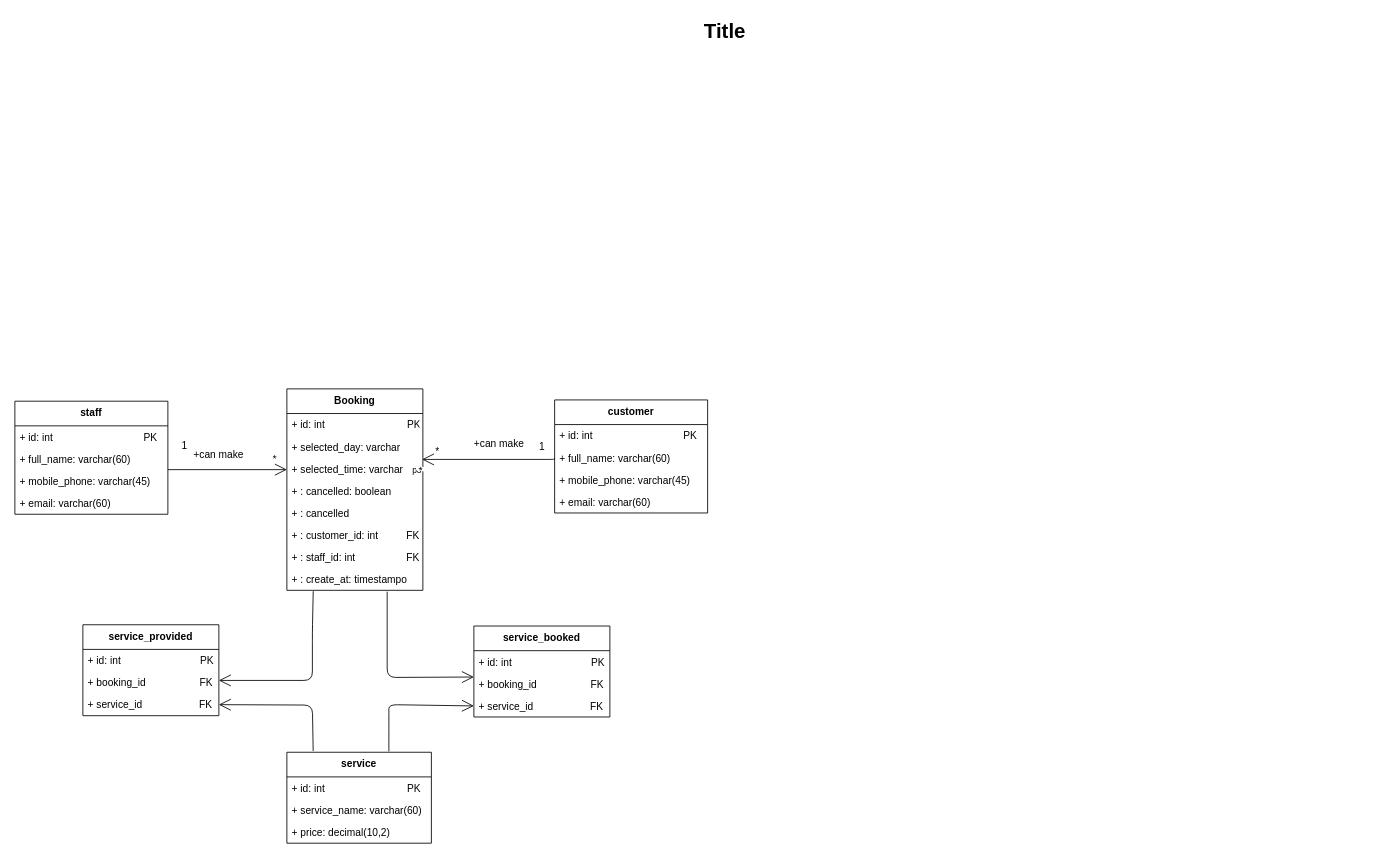
The draw.io diagram diagram booking.drawio in warlinsgit/barbershopuml, before the edit. Source tidied: cells renumbered, new cells numbered last; positions are measured from the earlier drawing's top-left corner, leaving out a move shared by most shapes. Both pictures are drawn from the tidied source at 85%, with x=0, y=0 at pixel (14, 14).
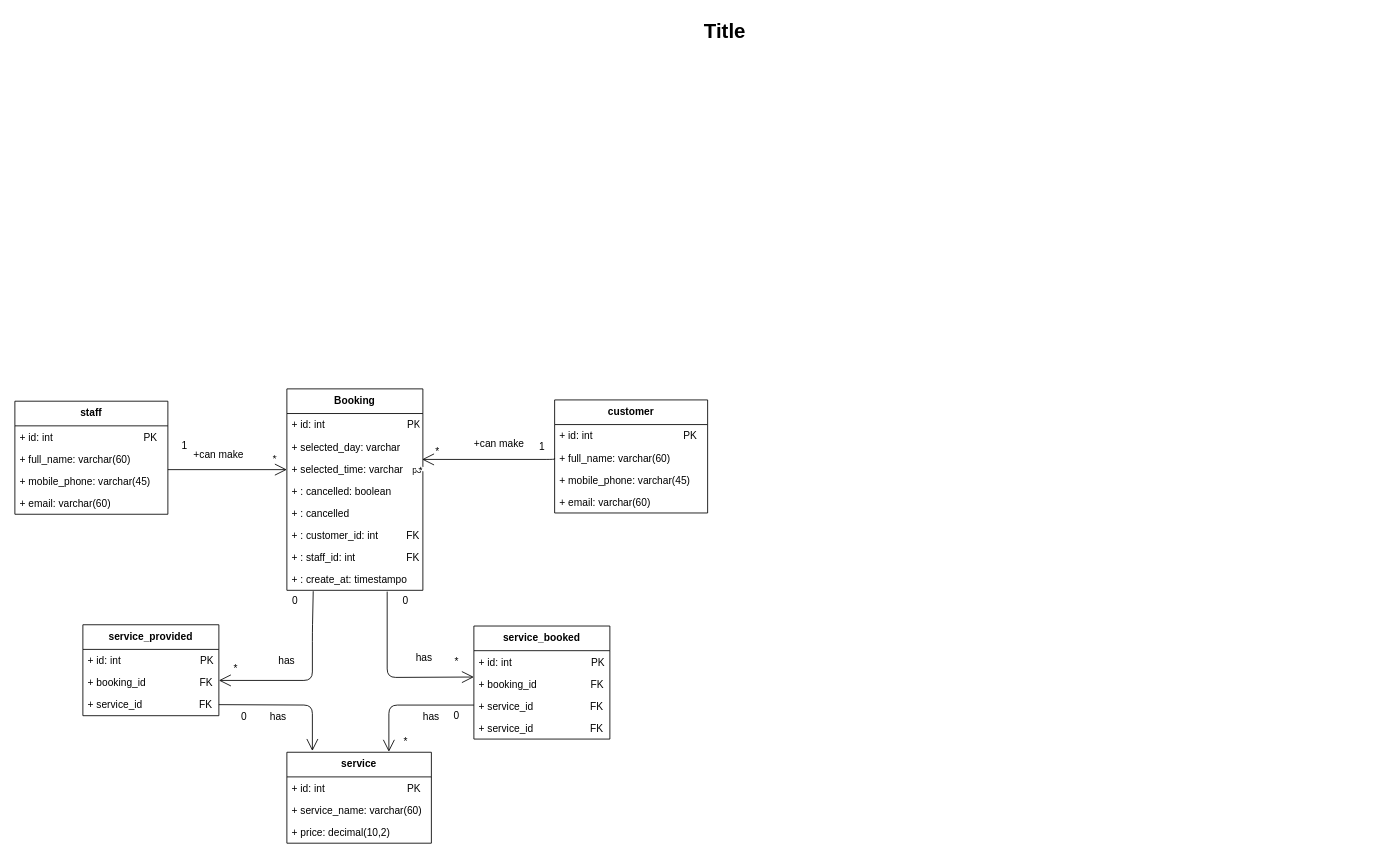
The same page after the edit.

Unchanged cells that the change refers to:
```xml
<mxCell id="16" value="service" style="swimlane;fontStyle=1;align=center;verticalAlign=top;horizontal=1;startSize=29;" parent="1" vertex="1">
  <mxGeometry x="320" y="867.5" width="170" height="107" as="geometry" />
</mxCell>
<mxCell id="23" value="+ service_id                    FK" style="text;strokeColor=none;fillColor=none;align=left;verticalAlign=top;spacingLeft=4;spacingRight=4;overflow=hidden;points=[[0,0.5],[1,0.5]];portConstraint=eastwest;" parent="20" vertex="1">
  <mxGeometry y="81" width="160" height="26" as="geometry" />
</mxCell>
```

Diff of the diagram source:
```diff
@@
     <mxCell id="12" value="service_booked" style="swimlane;fontStyle=1;align=center;verticalAlign=top;horizontal=1;startSize=29;" parent="1" vertex="1">
-      <mxGeometry x="540" y="719" width="160" height="107" as="geometry" />
+      <mxGeometry x="540" y="719" width="160" height="133" as="geometry" />
     </mxCell>
@@
+    <mxCell id="49" value="+ service_id                    FK" style="text;strokeColor=none;fillColor=none;align=left;verticalAlign=top;spacingLeft=4;spacingRight=4;overflow=hidden;" parent="12" vertex="1">
+      <mxGeometry y="81" width="160" height="26" as="geometry" />
+    </mxCell>
     <mxCell id="15" value="+ service_id                    FK" style="text;strokeColor=none;fillColor=none;align=left;verticalAlign=top;spacingLeft=4;spacingRight=4;overflow=hidden;points=[[0,0.5],[1,0.5]];portConstraint=eastwest;" parent="12" vertex="1">
-      <mxGeometry y="81" width="160" height="26" as="geometry" />
+      <mxGeometry y="107" width="160" height="26" as="geometry" />
     </mxCell>
@@
-    <mxCell id="47" style="endArrow=open;endFill=1;endSize=12;html=1;entryX=0;entryY=0.5;entryDx=0;entryDy=0;" parent="1" edge="1" target="15">
+    <mxCell id="47" style="endArrow=open;endFill=1;endSize=12;html=1;" parent="1" edge="1">
       <mxGeometry relative="1" as="geometry">
-        <mxPoint x="440" y="866.5" as="sourcePoint" />
+        <mxPoint x="540" y="812" as="sourcePoint" />
+        <mxPoint x="440" y="867" as="targetPoint" />
         <Array as="points">
-          <mxPoint x="440" y="830.5" />
-          <mxPoint x="440" y="811.5" />
+          <mxPoint x="440" y="812" />
         </Array>
       </mxGeometry>
     </mxCell>
-    <mxCell id="48" style="endArrow=open;endFill=1;endSize=12;html=1;entryX=1;entryY=0.5;entryDx=0;entryDy=0;exitX=0.182;exitY=-0.014;exitDx=0;exitDy=0;exitPerimeter=0;" parent="1" edge="1" source="16" target="23">
+    <mxCell id="48" style="endArrow=open;endFill=1;endSize=12;html=1;exitX=1;exitY=0.5;exitDx=0;exitDy=0;" parent="1" edge="1" source="23">
       <mxGeometry relative="1" as="geometry">
+        <mxPoint x="350" y="866" as="targetPoint" />
         <Array as="points">
           <mxPoint x="350" y="812" />
         </Array>
       </mxGeometry>
     </mxCell>
+    <mxCell id="50" value="has" style="text;html=1;strokeColor=none;fillColor=none;align=center;verticalAlign=middle;whiteSpace=wrap;rounded=0;" parent="1" vertex="1">
+      <mxGeometry x="300" y="749.5" width="40" height="20" as="geometry" />
+    </mxCell>
+    <mxCell id="51" value="has" style="text;html=1;" parent="1" vertex="1">
+      <mxGeometry x="470" y="742.5" width="40" height="30" as="geometry" />
+    </mxCell>
+    <mxCell id="52" value="0" style="text;html=1;strokeColor=none;fillColor=none;align=center;verticalAlign=middle;whiteSpace=wrap;rounded=0;" parent="1" vertex="1">
+      <mxGeometry x="310" y="680" width="40" height="20" as="geometry" />
+    </mxCell>
+    <mxCell id="53" value="*" style="text;html=1;strokeColor=none;fillColor=none;align=center;verticalAlign=middle;whiteSpace=wrap;rounded=0;" parent="1" vertex="1">
+      <mxGeometry x="240" y="759.5" width="40" height="20" as="geometry" />
+    </mxCell>
+    <mxCell id="54" value="0" style="text;html=1;strokeColor=none;fillColor=none;align=center;verticalAlign=middle;whiteSpace=wrap;rounded=0;" parent="1" vertex="1">
+      <mxGeometry x="440" y="680" width="40" height="20" as="geometry" />
+    </mxCell>
+    <mxCell id="55" value="*" style="text;html=1;strokeColor=none;fillColor=none;align=center;verticalAlign=middle;whiteSpace=wrap;rounded=0;" parent="1" vertex="1">
+      <mxGeometry x="500" y="751" width="40" height="20" as="geometry" />
+    </mxCell>
+    <mxCell id="56" value="0" style="text;html=1;strokeColor=none;fillColor=none;align=center;verticalAlign=middle;whiteSpace=wrap;rounded=0;" parent="1" vertex="1">
+      <mxGeometry x="250" y="816" width="40" height="20" as="geometry" />
+    </mxCell>
+    <mxCell id="57" value="has" style="text;html=1;strokeColor=none;fillColor=none;align=center;verticalAlign=middle;whiteSpace=wrap;rounded=0;" parent="1" vertex="1">
+      <mxGeometry x="290" y="816" width="40" height="20" as="geometry" />
+    </mxCell>
+    <mxCell id="58" value="*" style="text;html=1;strokeColor=none;fillColor=none;align=center;verticalAlign=middle;whiteSpace=wrap;rounded=0;" parent="1" vertex="1">
+      <mxGeometry x="440" y="846" width="40" height="20" as="geometry" />
+    </mxCell>
+    <mxCell id="59" value="has" style="text;html=1;strokeColor=none;fillColor=none;align=center;verticalAlign=middle;whiteSpace=wrap;rounded=0;" parent="1" vertex="1">
+      <mxGeometry x="470" y="816" width="40" height="20" as="geometry" />
+    </mxCell>
+    <mxCell id="60" value="0" style="text;html=1;strokeColor=none;fillColor=none;align=center;verticalAlign=middle;whiteSpace=wrap;rounded=0;" parent="1" vertex="1">
+      <mxGeometry x="500" y="814.5" width="40" height="20" as="geometry" />
+    </mxCell>
```
